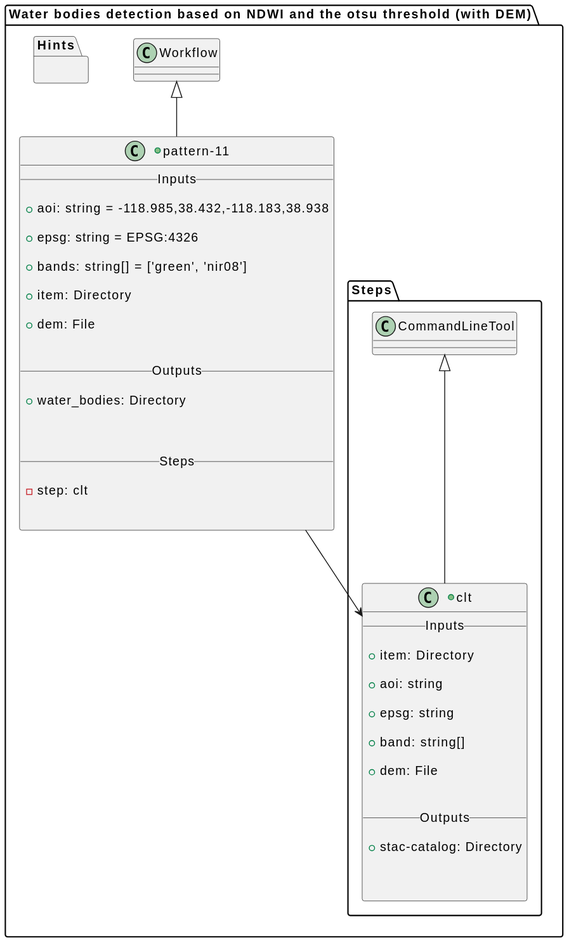
Before: docs/pattern-11/class.svg, a diagram exported from PlantUML (eoap/application-package-patterns).
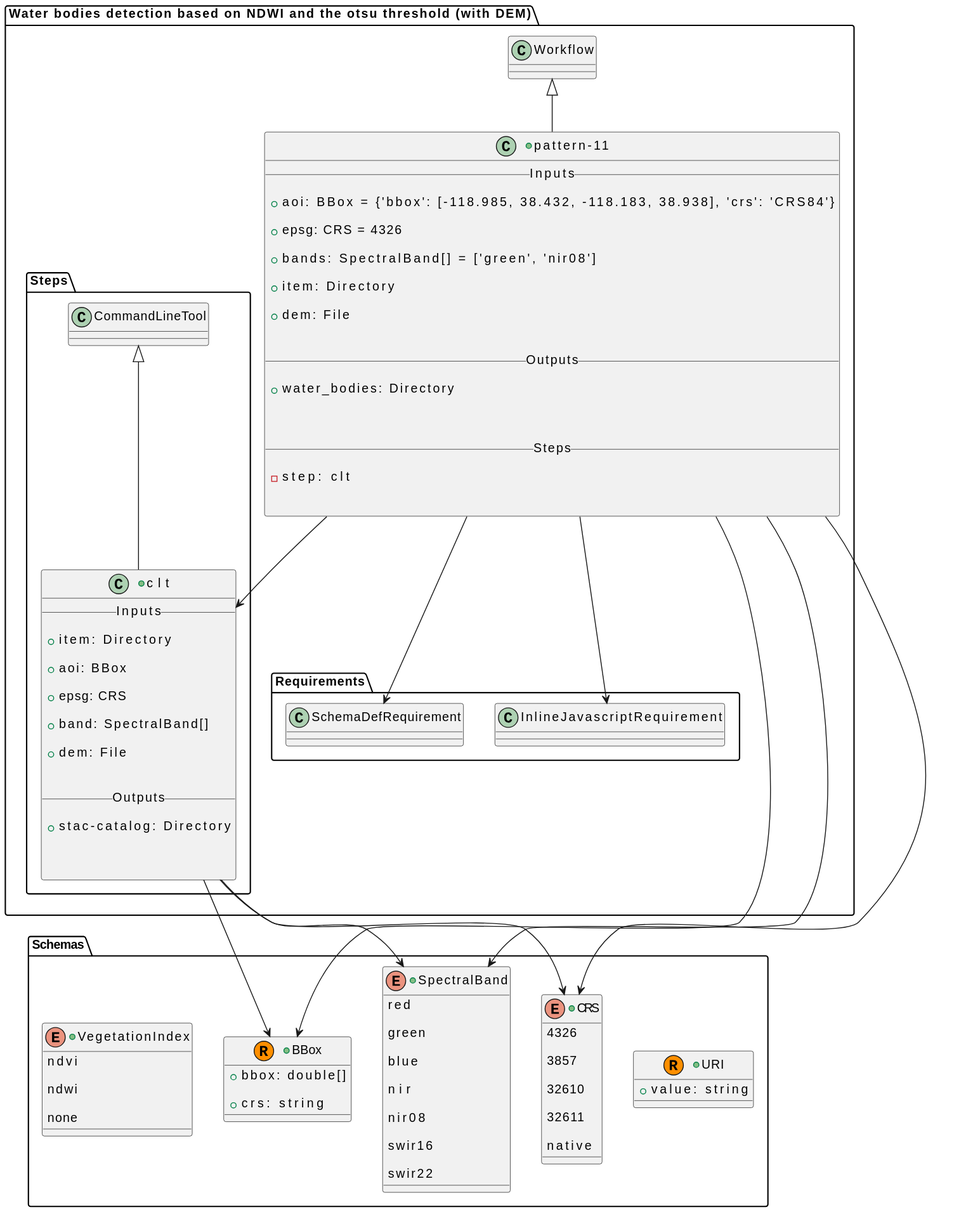
The same file after the commit.

Diff of the diagram source:
```diff
@@ -1,4 +1,28 @@
 @startuml
+            package "Schemas" {
+
+
+
+
+                        +record URI {
+
+        +value: string
+
+    }
+
+
+
+
+
+
+
+                        +record BBox {
+
+        +bbox: double[]
+
+        +crs: string
+
+    }
 
 
 
@@ -7,8 +31,58 @@
 
 
 
+                        +enum SpectralBand {
+
+        red
+
+        green
+
+        blue
+
+        nir
+
+        nir08
+
+        swir16
+
+        swir22
+
+    }
 
 
+
+
+
+                        +enum CRS {
+
+        4326
+
+        3857
+
+        32610
+
+        32611
+
+        native
+
+    }
+
+
+
+
+
+                        +enum VegetationIndex {
+
+        ndvi
+
+        ndwi
+
+        none
+
+    }
+
+
+            }
 
 
 
@@ -20,11 +94,11 @@
     +class "pattern-11" as Workflow_pattern_11 extends Workflow {
         __ Inputs __
 
-        + aoi: string = -118.985,38.432,-118.183,38.938
+        + aoi: BBox = {'bbox': [-118.985, 38.432, -118.183, 38.938], 'crs': 'CRS84'}
 
-        + epsg: string = EPSG:4326
+        + epsg: CRS = 4326
 
-        + bands: string[] = ['green', 'nir08']
+        + bands: SpectralBand[] = ['green', 'nir08']
 
         + item: Directory
 
@@ -46,12 +120,15 @@
 
 
 
+        Workflow_pattern_11 --> BBox
 
 
 
+        Workflow_pattern_11 --> CRS
 
 
 
+        Workflow_pattern_11 --> SpectralBand
 
 
 
@@ -74,11 +151,11 @@
 
         + item: Directory
 
-        + aoi: string
+        + aoi: BBox
 
-        + epsg: string
+        + epsg: CRS
 
-        + band: string[]
+        + band: SpectralBand[]
 
         + dem: File
 
@@ -96,6 +173,11 @@
 
 
 
+        CommandLineTool_clt --> BBox
+
+
+
+        CommandLineTool_clt --> CRS
 
 
 
@@ -103,9 +185,7 @@
 
 
 
-
-
-
+        CommandLineTool_clt --> SpectralBand
 
 
 
@@ -118,13 +198,21 @@
 
 
 
+    package "Requirements" {
 
 
-    package "Hints" {
+        class InlineJavascriptRequirement
+        Workflow_pattern_11 --> InlineJavascriptRequirement
 
+
+
+        class SchemaDefRequirement
+        Workflow_pattern_11 --> SchemaDefRequirement
 
 
     }
 
+
+
 }
 @enduml
```
